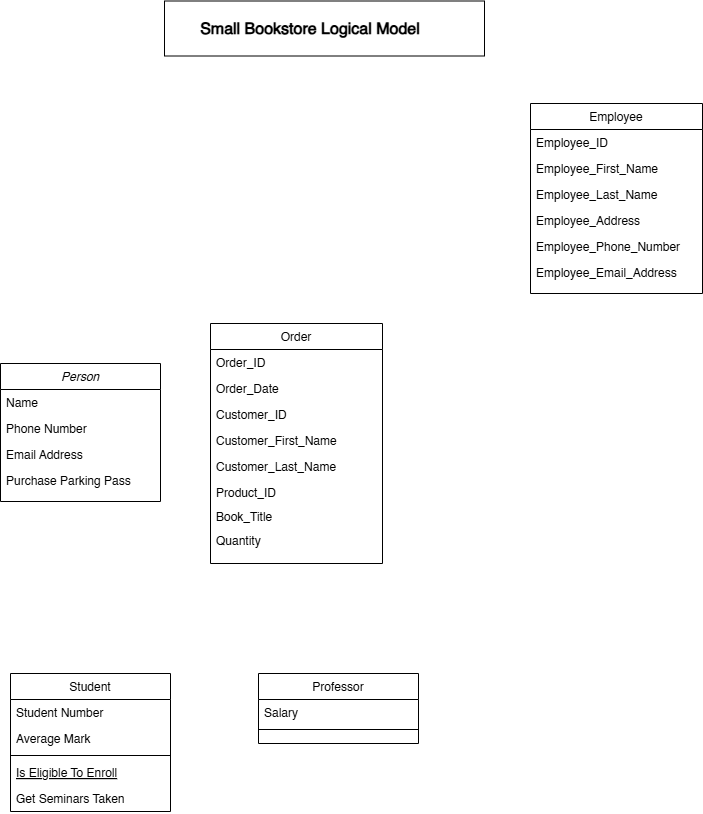
markmaramag/sql keeps this draw.io diagram as 02_activities/assignments/assignment1.drawio.png. Above is the earlier version. Source tidied: cells renumbered, new cells last; positions are measured from the earlier drawing's top-left corner, leaving out a move shared by most shapes.
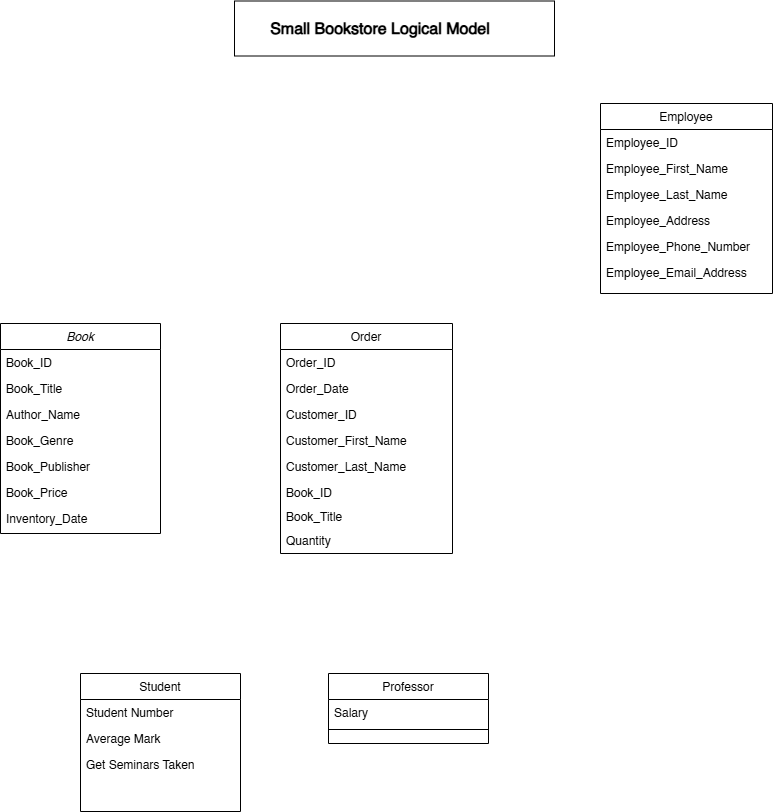
After the commit.

Diff of the diagram source:
```diff
@@ -5,21 +5,30 @@
     <mxCell id="2" style="rounded=0;whiteSpace=wrap;html=1;" parent="1" vertex="1">
       <mxGeometry x="164" y="-0.5" width="320" height="55" as="geometry" />
     </mxCell>
-    <mxCell id="3" value="Person" style="swimlane;fontStyle=2;align=center;verticalAlign=top;horizontal=1;startSize=26;rounded=0;shadow=0;strokeWidth=1;" parent="1" vertex="1">
-      <mxGeometry y="362" width="160" height="138" as="geometry" />
+    <mxCell id="3" value="Book" style="swimlane;fontStyle=2;align=center;verticalAlign=top;horizontal=1;startSize=26;rounded=0;shadow=0;strokeWidth=1;" parent="1" vertex="1">
+      <mxGeometry x="-70" y="322" width="160" height="210" as="geometry" />
     </mxCell>
-    <mxCell id="4" value="Name" style="text;align=left;verticalAlign=top;spacingLeft=4;spacingRight=4;overflow=hidden;" parent="3" vertex="1">
+    <mxCell id="4" value="Book_ID" style="text;align=left;verticalAlign=top;spacingLeft=4;spacingRight=4;overflow=hidden;" parent="3" vertex="1">
       <mxGeometry y="26" width="160" height="26" as="geometry" />
     </mxCell>
-    <mxCell id="5" value="Phone Number" style="text;align=left;verticalAlign=top;spacingLeft=4;spacingRight=4;overflow=hidden;rounded=0;shadow=0;html=0;" parent="3" vertex="1">
+    <mxCell id="5" value="Book_Title" style="text;align=left;verticalAlign=top;spacingLeft=4;spacingRight=4;overflow=hidden;rounded=0;shadow=0;html=0;" parent="3" vertex="1">
       <mxGeometry y="52" width="160" height="26" as="geometry" />
     </mxCell>
-    <mxCell id="6" value="Email Address" style="text;align=left;verticalAlign=top;spacingLeft=4;spacingRight=4;overflow=hidden;rounded=0;shadow=0;html=0;" parent="3" vertex="1">
+    <mxCell id="6" value="Author_Name&#10;" style="text;align=left;verticalAlign=top;spacingLeft=4;spacingRight=4;overflow=hidden;rounded=0;shadow=0;html=0;" parent="3" vertex="1">
       <mxGeometry y="78" width="160" height="26" as="geometry" />
     </mxCell>
+    <mxCell id="34" value="Book_Genre" style="text;align=left;verticalAlign=top;spacingLeft=4;spacingRight=4;overflow=hidden;" parent="3" vertex="1">
+      <mxGeometry y="104" width="160" height="26" as="geometry" />
+    </mxCell>
+    <mxCell id="35" value="Book_Publisher" style="text;align=left;verticalAlign=top;spacingLeft=4;spacingRight=4;overflow=hidden;" parent="3" vertex="1">
+      <mxGeometry y="130" width="160" height="26" as="geometry" />
+    </mxCell>
-    <mxCell id="7" value="Purchase Parking Pass" style="text;align=left;verticalAlign=top;spacingLeft=4;spacingRight=4;overflow=hidden;" parent="3" vertex="1">
-      <mxGeometry y="104" width="160" height="26" as="geometry" />
+    <mxCell id="7" value="Book_Price" style="text;align=left;verticalAlign=top;spacingLeft=4;spacingRight=4;overflow=hidden;" parent="3" vertex="1">
+      <mxGeometry y="156" width="160" height="26" as="geometry" />
     </mxCell>
+    <mxCell id="36" value="Inventory_Date" style="text;align=left;verticalAlign=top;spacingLeft=4;spacingRight=4;overflow=hidden;" parent="3" vertex="1">
+      <mxGeometry y="182" width="160" height="26" as="geometry" />
+    </mxCell>
     <mxCell id="8" value="Student" style="swimlane;fontStyle=0;align=center;verticalAlign=top;horizontal=1;startSize=26;rounded=0;shadow=0;strokeWidth=1;" parent="1" vertex="1">
       <mxGeometry x="10" y="672" width="160" height="138" as="geometry" />
     </mxCell>
@@ -29,14 +38,8 @@
     <mxCell id="10" value="Average Mark" style="text;align=left;verticalAlign=top;spacingLeft=4;spacingRight=4;overflow=hidden;rounded=0;shadow=0;html=0;" parent="8" vertex="1">
       <mxGeometry y="52" width="160" height="26" as="geometry" />
     </mxCell>
-    <mxCell id="11" style="line;html=1;strokeWidth=1;align=left;verticalAlign=middle;spacingTop=-1;spacingLeft=3;spacingRight=3;labelPosition=right;" parent="8" vertex="1">
-      <mxGeometry y="78" width="160" height="8" as="geometry" />
-    </mxCell>
-    <mxCell id="12" value="Is Eligible To Enroll" style="text;align=left;verticalAlign=top;spacingLeft=4;spacingRight=4;overflow=hidden;fontStyle=4;" parent="8" vertex="1">
-      <mxGeometry y="86" width="160" height="26" as="geometry" />
-    </mxCell>
     <mxCell id="13" value="Get Seminars Taken" style="text;align=left;verticalAlign=top;spacingLeft=4;spacingRight=4;overflow=hidden;" parent="8" vertex="1">
-      <mxGeometry y="112" width="160" height="26" as="geometry" />
+      <mxGeometry y="78" width="160" height="26" as="geometry" />
     </mxCell>
     <mxCell id="14" value="Professor" style="swimlane;fontStyle=0;align=center;verticalAlign=top;horizontal=1;startSize=26;rounded=0;shadow=0;strokeWidth=1;" parent="1" vertex="1">
       <mxGeometry x="258" y="672" width="160" height="70" as="geometry" />
@@ -72,7 +75,7 @@
       <mxGeometry x="150" y="12" width="320" height="30" as="geometry" />
     </mxCell>
     <mxCell id="25" value="Order" style="swimlane;fontStyle=0;align=center;verticalAlign=top;horizontal=1;startSize=26;rounded=0;shadow=0;strokeWidth=1;" parent="1" vertex="1">
-      <mxGeometry x="210" y="322" width="172" height="240" as="geometry" />
+      <mxGeometry x="210" y="322" width="172" height="230" as="geometry" />
     </mxCell>
     <mxCell id="26" value="Order_ID" style="text;align=left;verticalAlign=top;spacingLeft=4;spacingRight=4;overflow=hidden;" parent="25" vertex="1">
       <mxGeometry y="26" width="172" height="26" as="geometry" />
@@ -89,7 +92,7 @@
     <mxCell id="30" value="Customer_Last_Name&#10;" style="text;align=left;verticalAlign=top;spacingLeft=4;spacingRight=4;overflow=hidden;rounded=0;shadow=0;html=0;" parent="25" vertex="1">
       <mxGeometry y="130" width="172" height="26" as="geometry" />
     </mxCell>
-    <mxCell id="31" value="Product_ID" style="text;align=left;verticalAlign=top;spacingLeft=4;spacingRight=4;overflow=hidden;" parent="25" vertex="1">
+    <mxCell id="31" value="Book_ID" style="text;align=left;verticalAlign=top;spacingLeft=4;spacingRight=4;overflow=hidden;" parent="25" vertex="1">
       <mxGeometry y="156" width="172" height="24" as="geometry" />
     </mxCell>
     <mxCell id="32" value="Book_Title" style="text;align=left;verticalAlign=top;spacingLeft=4;spacingRight=4;overflow=hidden;" parent="25" vertex="1">
```
